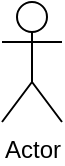
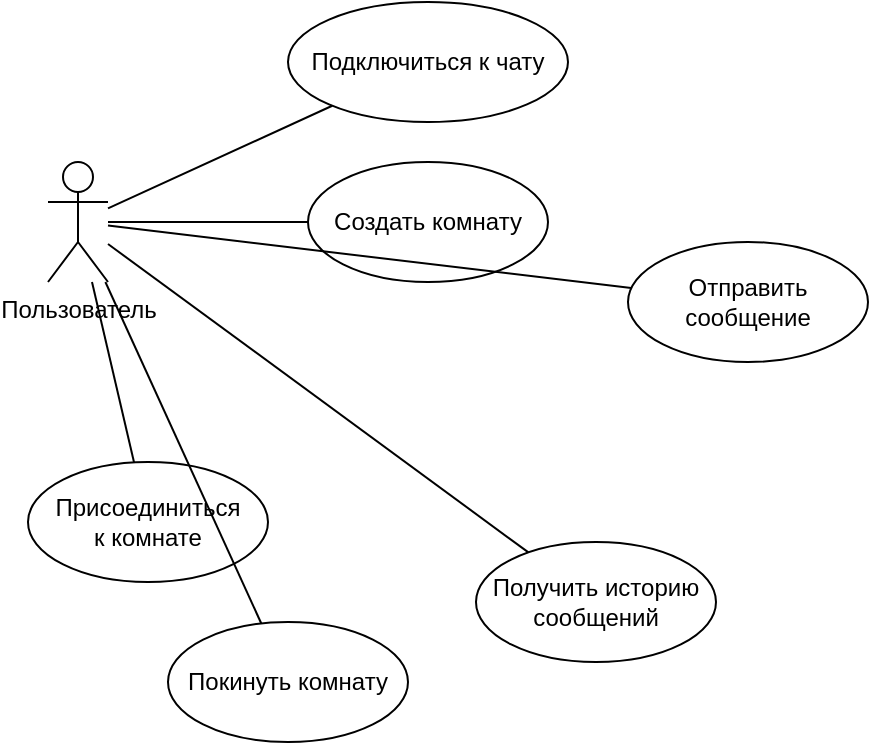
<mxfile host="app.diagrams.net">
  <diagram name="Страница-1" id="2Qnu2ySohuw-aVqPhbOu">
    <mxGraphModel dx="1025" dy="717" grid="1" gridSize="10" guides="1" tooltips="1" connect="1" arrows="1" fold="1" page="1" pageScale="1" pageWidth="827" pageHeight="1169" math="0" shadow="0">
      <root>
        <mxCell id="0" />
        <mxCell id="1" parent="0" />
-         <mxCell id="dnepGlAc-zteVL8J6fsW-1" parent="1" style="shape=umlActor;verticalLabelPosition=bottom;verticalAlign=top;html=1;outlineConnect=0;" value="Actor" vertex="1">
+         <mxCell id="dnepGlAc-zteVL8J6fsW-1" parent="1" style="shape=umlActor;verticalLabelPosition=bottom;verticalAlign=top;html=1;outlineConnect=0;" value="Пользователь" vertex="1">
          <mxGeometry height="60" width="30" x="80" y="180" as="geometry" />
+         </mxCell>
+         <mxCell id="WmDxRAO_hUI6_f6eKx6H-1" parent="1" style="ellipse;whiteSpace=wrap;html=1;" value="Подключиться к чату" vertex="1">
+           <mxGeometry height="60" width="140" x="200" y="100" as="geometry" />
+         </mxCell>
+         <mxCell id="WmDxRAO_hUI6_f6eKx6H-7" parent="1" style="ellipse;whiteSpace=wrap;html=1;" value="Создать комнату" vertex="1">
+           <mxGeometry height="60" width="120" x="210" y="180" as="geometry" />
+         </mxCell>
+         <mxCell id="WmDxRAO_hUI6_f6eKx6H-8" parent="1" style="ellipse;whiteSpace=wrap;html=1;" value="Отправить сообщение" vertex="1">
+           <mxGeometry height="60" width="120" x="370" y="220" as="geometry" />
+         </mxCell>
+         <mxCell id="WmDxRAO_hUI6_f6eKx6H-9" parent="1" style="ellipse;whiteSpace=wrap;html=1;" value="Получить историю сообщений" vertex="1">
+           <mxGeometry height="60" width="120" x="294" y="370" as="geometry" />
+         </mxCell>
+         <mxCell id="WmDxRAO_hUI6_f6eKx6H-10" parent="1" style="ellipse;whiteSpace=wrap;html=1;" value="Присоединиться&lt;div&gt;к комнате&lt;/div&gt;" vertex="1">
+           <mxGeometry height="60" width="120" x="70" y="330" as="geometry" />
+         </mxCell>
+         <mxCell id="WmDxRAO_hUI6_f6eKx6H-11" parent="1" style="ellipse;whiteSpace=wrap;html=1;" value="Покинуть комнату" vertex="1">
+           <mxGeometry height="60" width="120" x="140" y="410" as="geometry" />
+         </mxCell>
+         <mxCell id="WmDxRAO_hUI6_f6eKx6H-12" edge="1" parent="1" source="dnepGlAc-zteVL8J6fsW-1" style="endArrow=none;html=1;rounded=0;" target="WmDxRAO_hUI6_f6eKx6H-1" value="">
+           <mxGeometry height="50" relative="1" width="50" as="geometry">
+             <mxPoint x="210" y="300" as="sourcePoint" />
+             <mxPoint x="260" y="250" as="targetPoint" />
+           </mxGeometry>
+         </mxCell>
+         <mxCell id="WmDxRAO_hUI6_f6eKx6H-13" edge="1" parent="1" source="dnepGlAc-zteVL8J6fsW-1" style="endArrow=none;html=1;rounded=0;" target="WmDxRAO_hUI6_f6eKx6H-9" value="">
+           <mxGeometry height="50" relative="1" width="50" as="geometry">
+             <mxPoint x="210" y="300" as="sourcePoint" />
+             <mxPoint x="260" y="250" as="targetPoint" />
+           </mxGeometry>
+         </mxCell>
+         <mxCell id="WmDxRAO_hUI6_f6eKx6H-14" edge="1" parent="1" source="dnepGlAc-zteVL8J6fsW-1" style="endArrow=none;html=1;rounded=0;" target="WmDxRAO_hUI6_f6eKx6H-11" value="">
+           <mxGeometry height="50" relative="1" width="50" as="geometry">
+             <mxPoint x="210" y="300" as="sourcePoint" />
+             <mxPoint x="260" y="250" as="targetPoint" />
+           </mxGeometry>
+         </mxCell>
+         <mxCell id="WmDxRAO_hUI6_f6eKx6H-15" edge="1" parent="1" source="dnepGlAc-zteVL8J6fsW-1" style="endArrow=none;html=1;rounded=0;" target="WmDxRAO_hUI6_f6eKx6H-8" value="">
+           <mxGeometry height="50" relative="1" width="50" as="geometry">
+             <mxPoint x="210" y="300" as="sourcePoint" />
+             <mxPoint x="260" y="250" as="targetPoint" />
+           </mxGeometry>
+         </mxCell>
+         <mxCell id="WmDxRAO_hUI6_f6eKx6H-16" edge="1" parent="1" source="dnepGlAc-zteVL8J6fsW-1" style="endArrow=none;html=1;rounded=0;" target="WmDxRAO_hUI6_f6eKx6H-10" value="">
+           <mxGeometry height="50" relative="1" width="50" as="geometry">
+             <mxPoint x="210" y="300" as="sourcePoint" />
+             <mxPoint x="260" y="250" as="targetPoint" />
+           </mxGeometry>
+         </mxCell>
+         <mxCell id="WmDxRAO_hUI6_f6eKx6H-17" edge="1" parent="1" source="dnepGlAc-zteVL8J6fsW-1" style="endArrow=none;html=1;rounded=0;" target="WmDxRAO_hUI6_f6eKx6H-7" value="">
+           <mxGeometry height="50" relative="1" width="50" as="geometry">
+             <mxPoint x="210" y="300" as="sourcePoint" />
+             <mxPoint x="260" y="250" as="targetPoint" />
+           </mxGeometry>
        </mxCell>
      </root>
    </mxGraphModel>
  </diagram>
</mxfile>
